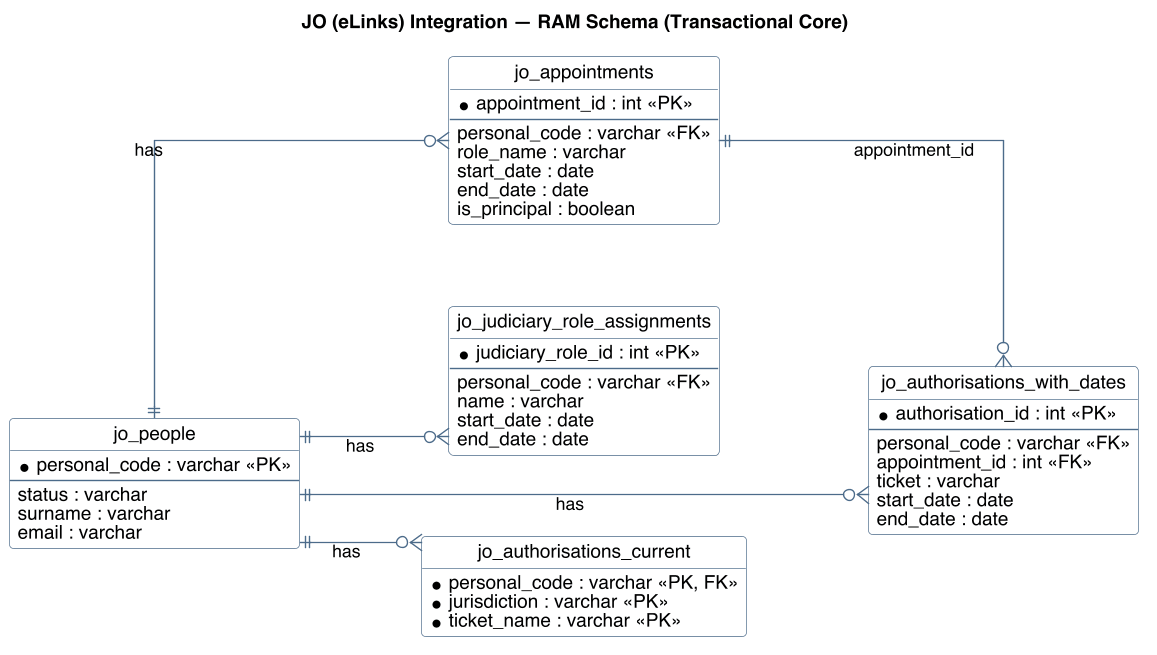
hmcts/ctam-architecture keeps this PlantUML diagram as docs/integrations/jo/diagrams/jo-er-diagram-core.png. Above is the earlier version. The source it was exported from:
```plantuml
@startuml jo-er-diagram-core
title JO (eLinks) Integration — RAM Schema (Transactional Core)

left to right direction
skinparam linetype ortho
skinparam shadowing false
skinparam roundcorner 6
skinparam dpi 130
skinparam nodesep 60
skinparam ranksep 90
skinparam defaultFontName Helvetica
skinparam classFontStyle plain
skinparam class {
  BackgroundColor #FAFBFC
  BorderColor #4C6B8A
  ArrowColor #4C6B8A
}
hide circle
hide methods

entity "jo_people" as jo_people {
  * personal_code : varchar <<PK>>
  --
  status : varchar
  surname : varchar
  email : varchar
}

entity "jo_appointments" as jo_appointments {
  * appointment_id : int <<PK>>
  --
  personal_code : varchar <<FK>>
  role_name : varchar
  start_date : date
  end_date : date
  is_principal : boolean
}

entity "jo_judiciary_role_assignments" as jo_judiciary_role_assignments {
  * judiciary_role_id : int <<PK>>
  --
  personal_code : varchar <<FK>>
  name : varchar
  start_date : date
  end_date : date
}

entity "jo_authorisations_current" as jo_authorisations_current {
  * personal_code : varchar <<PK, FK>>
  * jurisdiction : varchar <<PK>>
  * ticket_name : varchar <<PK>>
}

entity "jo_authorisations_with_dates" as jo_authorisations_with_dates {
  * authorisation_id : int <<PK>>
  --
  personal_code : varchar <<FK>>
  appointment_id : int <<FK>>
  ticket : varchar
  start_date : date
  end_date : date
}

jo_people       ||--o{ jo_appointments                    : has
jo_people       ||--o{ jo_judiciary_role_assignments      : has
jo_people       ||--o{ jo_authorisations_current          : has
jo_people       ||--o{ jo_authorisations_with_dates       : has
jo_appointments ||--o{ jo_authorisations_with_dates       : appointment_id

@enduml
```
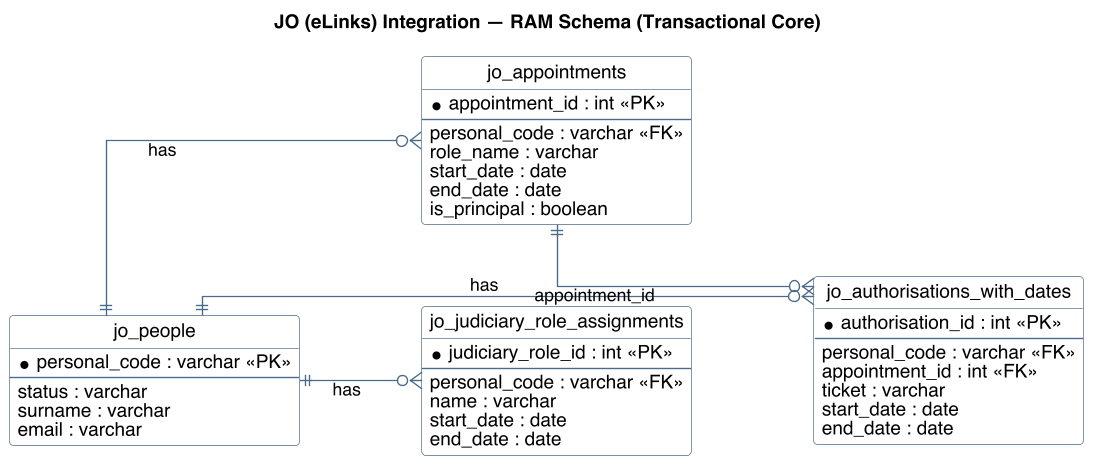
The same diagram one commit later.

Commit message:
Refactor Confluence documentation: Remove deprecated `jo_authorisations_current` entity, update schema mapping, and add data warnings section

What changed in the source:
```diff
@@ -45,12 +45,6 @@
   end_date : date
 }
 
-entity "jo_authorisations_current" as jo_authorisations_current {
-  * personal_code : varchar <<PK, FK>>
-  * jurisdiction : varchar <<PK>>
-  * ticket_name : varchar <<PK>>
-}
-
 entity "jo_authorisations_with_dates" as jo_authorisations_with_dates {
   * authorisation_id : int <<PK>>
   --
@@ -63,7 +57,6 @@
 
 jo_people       ||--o{ jo_appointments                    : has
 jo_people       ||--o{ jo_judiciary_role_assignments      : has
-jo_people       ||--o{ jo_authorisations_current          : has
 jo_people       ||--o{ jo_authorisations_with_dates       : has
 jo_appointments ||--o{ jo_authorisations_with_dates       : appointment_id
 
```
